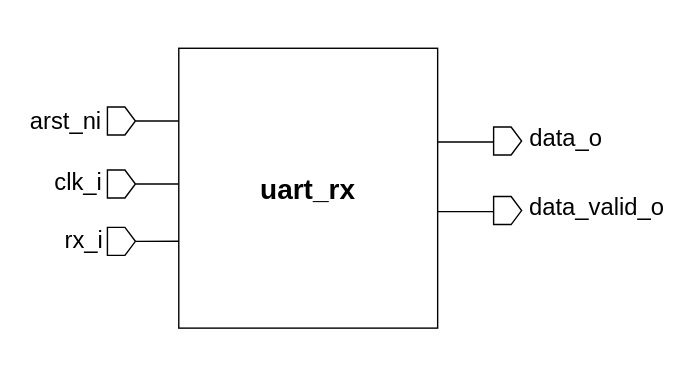
Above: document/uart_rx_top.svg in ADN-VLSI/SC-SoC (draw.io), before the change. Source tidied: cells renumbered, new cells last; positions are measured from the earlier drawing's top-left corner, leaving out a move shared by most shapes. Source of this version:
```xml
<mxGraphModel>
  <root>
    <mxCell id="0" />
    <mxCell id="1" parent="0" />
    <mxCell id="2" style="rounded=0;whiteSpace=wrap;html=1;strokeColor=none;" parent="1" vertex="1">
      <mxGeometry width="488.5" height="268" as="geometry" />
    </mxCell>
    <mxCell id="3" style="rounded=0;whiteSpace=wrap;html=1;" parent="1" vertex="1">
      <mxGeometry x="127" y="34" width="185" height="200" as="geometry" />
    </mxCell>
    <mxCell id="4" style="endArrow=none;html=1;entryX=0;entryY=0.5;entryDx=0;entryDy=0;" parent="1" edge="1">
      <mxGeometry relative="1" as="geometry">
        <mxPoint x="312" y="101" as="sourcePoint" />
        <mxPoint x="352" y="101" as="targetPoint" />
      </mxGeometry>
    </mxCell>
    <mxCell id="5" value="&lt;font style=&quot;font-size: 20px;&quot;&gt;uart_rx&lt;/font&gt;" style="text;html=1;align=center;verticalAlign=middle;whiteSpace=wrap;rounded=0;fontStyle=1;fontSize=16;" parent="1" vertex="1">
      <mxGeometry x="177" y="119" width="85" height="30" as="geometry" />
    </mxCell>
    <mxCell id="6" value="&lt;font style=&quot;font-size: 17px;&quot;&gt;data_o&lt;/font&gt;" style="text;html=1;align=center;verticalAlign=middle;whiteSpace=wrap;rounded=0;" parent="1" vertex="1">
      <mxGeometry x="379" y="88.2" width="50" height="21" as="geometry" />
    </mxCell>
    <mxCell id="7" style="shape=offPageConnector;whiteSpace=wrap;html=1;rotation=-90;" parent="1" vertex="1">
      <mxGeometry x="352" y="90.2" width="20" height="20" as="geometry" />
    </mxCell>
    <mxCell id="8" style="group;" parent="1" vertex="1">
      <mxGeometry x="35" y="162" width="92" height="20" as="geometry" />
    </mxCell>
    <mxCell id="9" value="&lt;font style=&quot;font-size: 17px;&quot;&gt;rx_i&lt;/font&gt;" style="text;html=1;align=center;verticalAlign=middle;whiteSpace=wrap;rounded=0;" parent="8" vertex="1">
      <mxGeometry x="8" y="3" width="32.7" height="14" as="geometry" />
    </mxCell>
    <mxCell id="10" style="group;" parent="8" vertex="1">
      <mxGeometry x="41" width="51" height="20" as="geometry" />
    </mxCell>
    <mxCell id="11" style="endArrow=none;html=1;exitX=1;exitY=0.5;exitDx=0;exitDy=0;entryX=0;entryY=0.152;entryDx=0;entryDy=0;entryPerimeter=0;" parent="10" edge="1">
      <mxGeometry relative="1" as="geometry">
        <mxPoint x="20" y="10" as="sourcePoint" />
        <mxPoint x="51" y="10" as="targetPoint" />
      </mxGeometry>
    </mxCell>
    <mxCell id="12" style="shape=offPageConnector;whiteSpace=wrap;html=1;rotation=-90;" parent="10" vertex="1">
      <mxGeometry width="20" height="20" as="geometry" />
    </mxCell>
    <mxCell id="13" value="&lt;font style=&quot;font-size: 17px;&quot;&gt;arst_ni&lt;/font&gt;" style="text;html=1;align=center;verticalAlign=middle;whiteSpace=wrap;rounded=0;" parent="1" vertex="1">
      <mxGeometry x="16.7" y="73" width="59.3" height="28" as="geometry" />
    </mxCell>
    <mxCell id="14" style="group;" parent="1" vertex="1">
      <mxGeometry x="76" y="76" width="51" height="20" as="geometry" />
    </mxCell>
    <mxCell id="15" style="endArrow=none;html=1;exitX=1;exitY=0.5;exitDx=0;exitDy=0;entryX=0;entryY=0.152;entryDx=0;entryDy=0;entryPerimeter=0;" parent="14" edge="1">
      <mxGeometry relative="1" as="geometry">
        <mxPoint x="20" y="10" as="sourcePoint" />
        <mxPoint x="51" y="10" as="targetPoint" />
      </mxGeometry>
    </mxCell>
    <mxCell id="16" style="shape=offPageConnector;whiteSpace=wrap;html=1;rotation=-90;" parent="14" vertex="1">
      <mxGeometry width="20" height="20" as="geometry" />
    </mxCell>
    <mxCell id="17" style="group;" parent="1" vertex="1">
      <mxGeometry x="76" y="121" width="51" height="20" as="geometry" />
    </mxCell>
    <mxCell id="18" style="endArrow=none;html=1;exitX=1;exitY=0.5;exitDx=0;exitDy=0;entryX=0;entryY=0.152;entryDx=0;entryDy=0;entryPerimeter=0;" parent="17" edge="1">
      <mxGeometry relative="1" as="geometry">
        <mxPoint x="20" y="10" as="sourcePoint" />
        <mxPoint x="51" y="10" as="targetPoint" />
      </mxGeometry>
    </mxCell>
    <mxCell id="19" style="shape=offPageConnector;whiteSpace=wrap;html=1;rotation=-90;" parent="17" vertex="1">
      <mxGeometry width="20" height="20" as="geometry" />
    </mxCell>
    <mxCell id="20" value="&lt;font style=&quot;font-size: 17px;&quot;&gt;clk_i&lt;/font&gt;" style="text;html=1;align=center;verticalAlign=middle;whiteSpace=wrap;rounded=0;" parent="1" vertex="1">
      <mxGeometry x="39" y="124" width="32.7" height="14" as="geometry" />
    </mxCell>
    <mxCell id="21" style="endArrow=none;html=1;entryX=0;entryY=0.5;entryDx=0;entryDy=0;" parent="1" edge="1">
      <mxGeometry relative="1" as="geometry">
        <mxPoint x="312" y="150.7" as="sourcePoint" />
        <mxPoint x="352" y="150.7" as="targetPoint" />
      </mxGeometry>
    </mxCell>
    <mxCell id="22" value="&lt;font style=&quot;font-size: 17px;&quot;&gt;data_valid_o&lt;/font&gt;" style="text;html=1;align=center;verticalAlign=middle;whiteSpace=wrap;rounded=0;" parent="1" vertex="1">
      <mxGeometry x="401" y="139" width="50" height="21" as="geometry" />
    </mxCell>
    <mxCell id="23" style="shape=offPageConnector;whiteSpace=wrap;html=1;rotation=-90;" parent="1" vertex="1">
      <mxGeometry x="352" y="140" width="20" height="20" as="geometry" />
    </mxCell>
  </root>
</mxGraphModel>
```
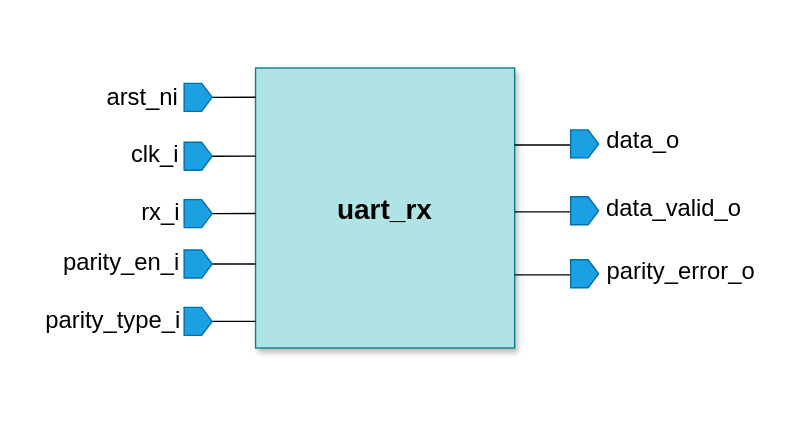
The same diagram one commit later.

Diff of the diagram source:
```diff
@@ -3,28 +3,58 @@
     <mxCell id="0" />
     <mxCell id="1" parent="0" />
     <mxCell id="2" style="rounded=0;whiteSpace=wrap;html=1;strokeColor=none;" parent="1" vertex="1">
-      <mxGeometry width="488.5" height="268" as="geometry" />
+      <mxGeometry x="-55.5" y="-14" width="571.5" height="312" as="geometry" />
     </mxCell>
-    <mxCell id="3" style="rounded=0;whiteSpace=wrap;html=1;" parent="1" vertex="1">
+    <mxCell id="3" style="rounded=0;whiteSpace=wrap;html=1;fillColor=#b0e3e6;strokeColor=#0e8088;textShadow=1;shadow=1;" parent="1" vertex="1">
       <mxGeometry x="127" y="34" width="185" height="200" as="geometry" />
     </mxCell>
     <mxCell id="4" style="endArrow=none;html=1;entryX=0;entryY=0.5;entryDx=0;entryDy=0;" parent="1" edge="1">
       <mxGeometry relative="1" as="geometry">
-        <mxPoint x="312" y="101" as="sourcePoint" />
-        <mxPoint x="352" y="101" as="targetPoint" />
+        <mxPoint x="312" y="89" as="sourcePoint" />
+        <mxPoint x="352" y="89" as="targetPoint" />
       </mxGeometry>
     </mxCell>
     <mxCell id="5" value="&lt;font style=&quot;font-size: 20px;&quot;&gt;uart_rx&lt;/font&gt;" style="text;html=1;align=center;verticalAlign=middle;whiteSpace=wrap;rounded=0;fontStyle=1;fontSize=16;" parent="1" vertex="1">
       <mxGeometry x="177" y="119" width="85" height="30" as="geometry" />
     </mxCell>
     <mxCell id="6" value="&lt;font style=&quot;font-size: 17px;&quot;&gt;data_o&lt;/font&gt;" style="text;html=1;align=center;verticalAlign=middle;whiteSpace=wrap;rounded=0;" parent="1" vertex="1">
-      <mxGeometry x="379" y="88.2" width="50" height="21" as="geometry" />
+      <mxGeometry x="379" y="76.2" width="50" height="21" as="geometry" />
     </mxCell>
-    <mxCell id="7" style="shape=offPageConnector;whiteSpace=wrap;html=1;rotation=-90;" parent="1" vertex="1">
-      <mxGeometry x="352" y="90.2" width="20" height="20" as="geometry" />
+    <mxCell id="7" style="shape=offPageConnector;whiteSpace=wrap;html=1;rotation=-90;fillColor=#1ba1e2;fontColor=#ffffff;strokeColor=#006EAF;" parent="1" vertex="1">
+      <mxGeometry x="352" y="78.2" width="20" height="20" as="geometry" />
     </mxCell>
+    <mxCell id="13" value="&lt;font style=&quot;font-size: 17px;&quot;&gt;arst_ni&lt;/font&gt;" style="text;html=1;align=center;verticalAlign=middle;whiteSpace=wrap;rounded=0;" parent="1" vertex="1">
+      <mxGeometry x="16.7" y="42" width="59.3" height="28" as="geometry" />
+    </mxCell>
+    <mxCell id="14" style="group;" parent="1" vertex="1">
+      <mxGeometry x="76" y="45" width="51" height="20" as="geometry" />
+    </mxCell>
+    <mxCell id="15" style="endArrow=none;html=1;exitX=1;exitY=0.5;exitDx=0;exitDy=0;entryX=0;entryY=0.152;entryDx=0;entryDy=0;entryPerimeter=0;" parent="14" edge="1">
+      <mxGeometry relative="1" as="geometry">
+        <mxPoint x="20" y="10" as="sourcePoint" />
+        <mxPoint x="51" y="10" as="targetPoint" />
+      </mxGeometry>
+    </mxCell>
+    <mxCell id="16" style="shape=offPageConnector;whiteSpace=wrap;html=1;rotation=-90;fillColor=#1ba1e2;strokeColor=#006EAF;fontColor=#ffffff;" parent="14" vertex="1">
+      <mxGeometry width="20" height="20" as="geometry" />
+    </mxCell>
+    <mxCell id="21" style="endArrow=none;html=1;entryX=0;entryY=0.5;entryDx=0;entryDy=0;" parent="1" edge="1">
+      <mxGeometry relative="1" as="geometry">
+        <mxPoint x="312" y="136.7" as="sourcePoint" />
+        <mxPoint x="352" y="136.7" as="targetPoint" />
+      </mxGeometry>
+    </mxCell>
+    <mxCell id="22" value="&lt;font style=&quot;font-size: 17px;&quot;&gt;data_valid_o&lt;/font&gt;" style="text;html=1;align=center;verticalAlign=middle;whiteSpace=wrap;rounded=0;" parent="1" vertex="1">
+      <mxGeometry x="401" y="125" width="50" height="21" as="geometry" />
+    </mxCell>
+    <mxCell id="23" style="shape=offPageConnector;whiteSpace=wrap;html=1;rotation=-90;fillColor=#1ba1e2;fontColor=#ffffff;strokeColor=#006EAF;" parent="1" vertex="1">
+      <mxGeometry x="352" y="126" width="20" height="20" as="geometry" />
+    </mxCell>
+    <mxCell id="24" style="group;" parent="1" vertex="1">
+      <mxGeometry x="35" y="87" width="92" height="61" as="geometry" />
+    </mxCell>
-    <mxCell id="8" style="group;" parent="1" vertex="1">
-      <mxGeometry x="35" y="162" width="92" height="20" as="geometry" />
+    <mxCell id="8" style="group;" parent="24" vertex="1">
+      <mxGeometry y="41" width="92" height="20" as="geometry" />
     </mxCell>
     <mxCell id="9" value="&lt;font style=&quot;font-size: 17px;&quot;&gt;rx_i&lt;/font&gt;" style="text;html=1;align=center;verticalAlign=middle;whiteSpace=wrap;rounded=0;" parent="8" vertex="1">
       <mxGeometry x="8" y="3" width="32.7" height="14" as="geometry" />
@@ -38,26 +68,11 @@
         <mxPoint x="51" y="10" as="targetPoint" />
       </mxGeometry>
     </mxCell>
-    <mxCell id="12" style="shape=offPageConnector;whiteSpace=wrap;html=1;rotation=-90;" parent="10" vertex="1">
+    <mxCell id="12" style="shape=offPageConnector;whiteSpace=wrap;html=1;rotation=-90;fillColor=#1ba1e2;fontColor=#ffffff;strokeColor=#006EAF;" parent="10" vertex="1">
       <mxGeometry width="20" height="20" as="geometry" />
     </mxCell>
-    <mxCell id="13" value="&lt;font style=&quot;font-size: 17px;&quot;&gt;arst_ni&lt;/font&gt;" style="text;html=1;align=center;verticalAlign=middle;whiteSpace=wrap;rounded=0;" parent="1" vertex="1">
-      <mxGeometry x="16.7" y="73" width="59.3" height="28" as="geometry" />
-    </mxCell>
-    <mxCell id="14" style="group;" parent="1" vertex="1">
-      <mxGeometry x="76" y="76" width="51" height="20" as="geometry" />
-    </mxCell>
-    <mxCell id="15" style="endArrow=none;html=1;exitX=1;exitY=0.5;exitDx=0;exitDy=0;entryX=0;entryY=0.152;entryDx=0;entryDy=0;entryPerimeter=0;" parent="14" edge="1">
-      <mxGeometry relative="1" as="geometry">
-        <mxPoint x="20" y="10" as="sourcePoint" />
-        <mxPoint x="51" y="10" as="targetPoint" />
-      </mxGeometry>
-    </mxCell>
-    <mxCell id="16" style="shape=offPageConnector;whiteSpace=wrap;html=1;rotation=-90;" parent="14" vertex="1">
-      <mxGeometry width="20" height="20" as="geometry" />
-    </mxCell>
-    <mxCell id="17" style="group;" parent="1" vertex="1">
-      <mxGeometry x="76" y="121" width="51" height="20" as="geometry" />
+    <mxCell id="17" style="group;" parent="24" vertex="1">
+      <mxGeometry x="41" width="51" height="20" as="geometry" />
     </mxCell>
     <mxCell id="18" style="endArrow=none;html=1;exitX=1;exitY=0.5;exitDx=0;exitDy=0;entryX=0;entryY=0.152;entryDx=0;entryDy=0;entryPerimeter=0;" parent="17" edge="1">
       <mxGeometry relative="1" as="geometry">
@@ -65,23 +80,50 @@
         <mxPoint x="51" y="10" as="targetPoint" />
       </mxGeometry>
     </mxCell>
-    <mxCell id="19" style="shape=offPageConnector;whiteSpace=wrap;html=1;rotation=-90;" parent="17" vertex="1">
+    <mxCell id="19" style="shape=offPageConnector;whiteSpace=wrap;html=1;rotation=-90;fillColor=#1ba1e2;fontColor=#ffffff;strokeColor=#006EAF;" parent="17" vertex="1">
       <mxGeometry width="20" height="20" as="geometry" />
     </mxCell>
-    <mxCell id="20" value="&lt;font style=&quot;font-size: 17px;&quot;&gt;clk_i&lt;/font&gt;" style="text;html=1;align=center;verticalAlign=middle;whiteSpace=wrap;rounded=0;" parent="1" vertex="1">
-      <mxGeometry x="39" y="124" width="32.7" height="14" as="geometry" />
+    <mxCell id="20" value="&lt;font style=&quot;font-size: 17px;&quot;&gt;clk_i&lt;/font&gt;" style="text;html=1;align=center;verticalAlign=middle;whiteSpace=wrap;rounded=0;" parent="24" vertex="1">
+      <mxGeometry x="4" y="3" width="32.7" height="14" as="geometry" />
     </mxCell>
-    <mxCell id="21" style="endArrow=none;html=1;entryX=0;entryY=0.5;entryDx=0;entryDy=0;" parent="1" edge="1">
-      <mxGeometry relative="1" as="geometry">
-        <mxPoint x="312" y="150.7" as="sourcePoint" />
-        <mxPoint x="352" y="150.7" as="targetPoint" />
-      </mxGeometry>
-    </mxCell>
-    <mxCell id="22" value="&lt;font style=&quot;font-size: 17px;&quot;&gt;data_valid_o&lt;/font&gt;" style="text;html=1;align=center;verticalAlign=middle;whiteSpace=wrap;rounded=0;" parent="1" vertex="1">
-      <mxGeometry x="401" y="139" width="50" height="21" as="geometry" />
-    </mxCell>
-    <mxCell id="23" style="shape=offPageConnector;whiteSpace=wrap;html=1;rotation=-90;" parent="1" vertex="1">
-      <mxGeometry x="352" y="140" width="20" height="20" as="geometry" />
-    </mxCell>
+    <mxCell id="25" style="group;" parent="1" vertex="1">
+      <mxGeometry x="76" y="164" width="51" height="20" as="geometry" />
+    </mxCell>
+    <mxCell id="26" style="endArrow=none;html=1;exitX=1;exitY=0.5;exitDx=0;exitDy=0;entryX=0;entryY=0.152;entryDx=0;entryDy=0;entryPerimeter=0;" parent="25" edge="1">
+      <mxGeometry relative="1" as="geometry">
+        <mxPoint x="20" y="10" as="sourcePoint" />
+        <mxPoint x="51" y="10" as="targetPoint" />
+      </mxGeometry>
+    </mxCell>
+    <mxCell id="27" style="shape=offPageConnector;whiteSpace=wrap;html=1;rotation=-90;fillColor=#1ba1e2;fontColor=#ffffff;strokeColor=#006EAF;" parent="25" vertex="1">
+      <mxGeometry width="20" height="20" as="geometry" />
+    </mxCell>
+    <mxCell id="28" value="&lt;font style=&quot;font-size: 17px;&quot;&gt;parity_en_i&lt;/font&gt;" style="text;html=1;align=center;verticalAlign=middle;whiteSpace=wrap;rounded=0;" parent="1" vertex="1">
+      <mxGeometry x="15" y="167" width="32.7" height="14" as="geometry" />
+    </mxCell>
+    <mxCell id="29" value="&lt;font style=&quot;font-size: 17px;&quot;&gt;parity_type_i&lt;/font&gt;" style="text;html=1;align=center;verticalAlign=middle;whiteSpace=wrap;rounded=0;" parent="1" vertex="1">
+      <mxGeometry x="9" y="208" width="32.7" height="14" as="geometry" />
+    </mxCell>
+    <mxCell id="30" style="endArrow=none;html=1;exitX=1;exitY=0.5;exitDx=0;exitDy=0;entryX=0;entryY=0.152;entryDx=0;entryDy=0;entryPerimeter=0;" parent="1" edge="1">
+      <mxGeometry relative="1" as="geometry">
+        <mxPoint x="96" y="215" as="sourcePoint" />
+        <mxPoint x="127" y="214.9" as="targetPoint" />
+      </mxGeometry>
+    </mxCell>
+    <mxCell id="31" style="shape=offPageConnector;whiteSpace=wrap;html=1;rotation=-90;fillColor=#1ba1e2;fontColor=#ffffff;strokeColor=#006EAF;" parent="1" vertex="1">
+      <mxGeometry x="76" y="205" width="20" height="20" as="geometry" />
+    </mxCell>
+    <mxCell id="32" style="endArrow=none;html=1;entryX=0;entryY=0.5;entryDx=0;entryDy=0;" parent="1" edge="1">
+      <mxGeometry relative="1" as="geometry">
+        <mxPoint x="312" y="181.7" as="sourcePoint" />
+        <mxPoint x="352" y="181.7" as="targetPoint" />
+      </mxGeometry>
+    </mxCell>
+    <mxCell id="33" value="&lt;font style=&quot;font-size: 17px;&quot;&gt;parity_error_o&lt;/font&gt;" style="text;html=1;align=center;verticalAlign=middle;whiteSpace=wrap;rounded=0;" parent="1" vertex="1">
+      <mxGeometry x="406" y="170" width="50" height="21" as="geometry" />
+    </mxCell>
+    <mxCell id="34" style="shape=offPageConnector;whiteSpace=wrap;html=1;rotation=-90;fillColor=#1ba1e2;fontColor=#ffffff;strokeColor=#006EAF;" parent="1" vertex="1">
+      <mxGeometry x="352" y="171" width="20" height="20" as="geometry" />
+    </mxCell>
   </root>
 </mxGraphModel>
```
